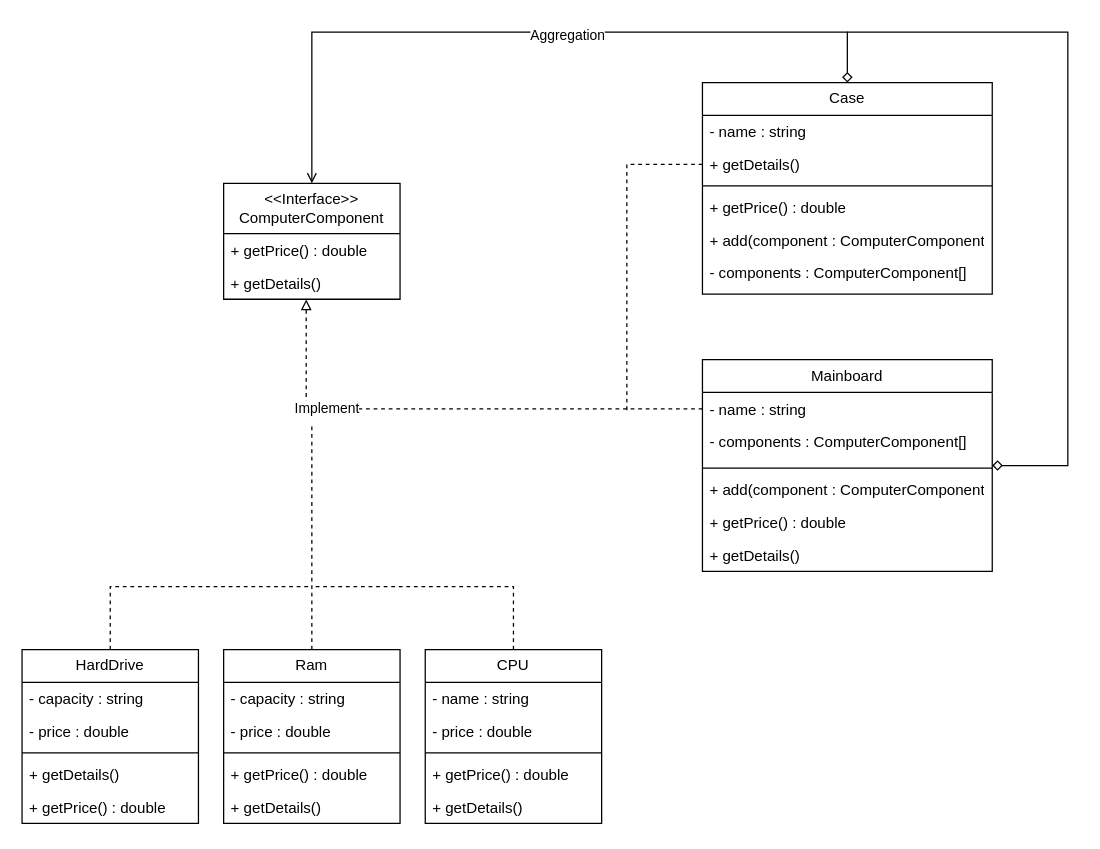
This is page "Composite" (2 of 2) of COS4311/Diagram.drawio from 3chammmpppthichanon/University, a draw.io file, before an edit. Source tidied: cells renumbered, new cells numbered last; positions are measured from the earlier drawing's top-left corner, leaving out a move shared by most shapes. Both pictures are drawn from the tidied source at 126%, with x=0, y=0 at pixel (21, 32).
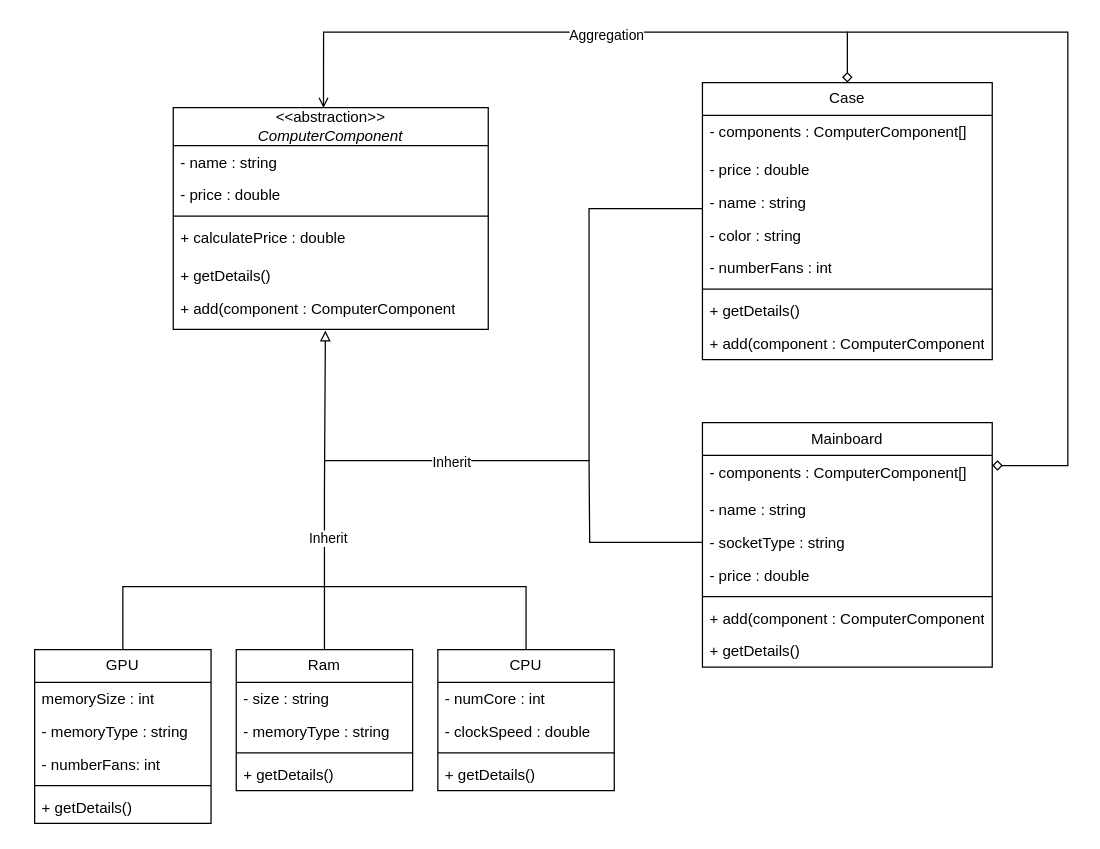
Above is the later version.

Diff of the diagram source:
```diff
@@
-    <mxCell id="2" value="&amp;lt;&amp;lt;Interface&amp;gt;&amp;gt;&lt;br&gt;ComputerComponent" style="swimlane;fontStyle=0;horizontal=1;startSize=40;fillColor=none;whiteSpace=wrap;html=1;" parent="1" vertex="1">
-      <mxGeometry x="160" y="120" width="140" height="92" as="geometry" />
+    <mxCell id="2" value="&lt;div&gt;&lt;i&gt;&amp;lt;&amp;lt;&lt;/i&gt;abstraction&lt;i&gt;&amp;gt;&amp;gt;&lt;/i&gt;&lt;/div&gt;&lt;i&gt;ComputerComponent&lt;/i&gt;" style="swimlane;fontStyle=0;horizontal=1;startSize=30;fillColor=none;whiteSpace=wrap;html=1;" parent="1" vertex="1">
+      <mxGeometry x="120" y="60" width="250" height="176" as="geometry" />
     </mxCell>
-    <mxCell id="3" value="+ getPrice() : double" style="text;strokeColor=none;fillColor=none;align=left;verticalAlign=top;spacingLeft=4;spacingRight=4;overflow=hidden;whiteSpace=wrap;html=1;" parent="2" vertex="1">
-      <mxGeometry y="40" width="140" height="26" as="geometry" />
-    </mxCell>
+    <mxCell id="14" value="- name : string" style="text;strokeColor=none;fillColor=none;align=left;verticalAlign=top;spacingLeft=4;spacingRight=4;overflow=hidden;whiteSpace=wrap;html=1;" parent="2" vertex="1">
+      <mxGeometry y="30" width="250" height="26" as="geometry" />
+    </mxCell>
+    <mxCell id="46" value="- price : double" style="text;strokeColor=none;fillColor=none;align=left;verticalAlign=top;spacingLeft=4;spacingRight=4;overflow=hidden;whiteSpace=wrap;html=1;" parent="2" vertex="1">
+      <mxGeometry y="56" width="250" height="26" as="geometry" />
+    </mxCell>
+    <mxCell id="47" style="line;strokeWidth=1;fillColor=none;align=left;verticalAlign=middle;spacingTop=-1;spacingLeft=3;spacingRight=3;labelPosition=right;strokeColor=inherit;" parent="2" vertex="1">
+      <mxGeometry y="82" width="250" height="8" as="geometry" />
+    </mxCell>
+    <mxCell id="48" value="+ calculatePrice : double" style="text;strokeColor=none;fillColor=none;align=left;verticalAlign=top;spacingLeft=4;spacingRight=4;overflow=hidden;whiteSpace=wrap;html=1;" parent="2" vertex="1">
+      <mxGeometry y="90" width="250" height="30" as="geometry" />
+    </mxCell>
     <mxCell id="4" value="+ getDetails()" style="text;strokeColor=none;fillColor=none;align=left;verticalAlign=top;spacingLeft=4;spacingRight=4;overflow=hidden;points=[[0,0.5],[1,0.5]];portConstraint=eastwest;whiteSpace=wrap;html=1;" parent="2" vertex="1">
-      <mxGeometry y="66" width="140" height="26" as="geometry" />
+      <mxGeometry y="120" width="250" height="26" as="geometry" />
     </mxCell>
+    <mxCell id="49" value="+ add(component : ComputerComponent" style="text;strokeColor=none;fillColor=none;align=left;verticalAlign=top;spacingLeft=4;spacingRight=4;overflow=hidden;points=[[0,0.5],[1,0.5]];portConstraint=eastwest;whiteSpace=wrap;html=1;" parent="2" vertex="1">
+      <mxGeometry y="146" width="250" height="30" as="geometry" />
+    </mxCell>
-    <mxCell id="5" style="edgeStyle=orthogonalEdgeStyle;rounded=0;jettySize=auto;html=1;exitX=0.5;exitY=0;exitDx=0;exitDy=0;dashed=1;endArrow=none;endFill=0;" parent="1" edge="1" source="6">
-      <mxGeometry relative="1" as="geometry">
-        <mxPoint x="230" y="310" as="targetPoint" />
-      </mxGeometry>
+    <mxCell id="5" style="edgeStyle=orthogonalEdgeStyle;rounded=0;jettySize=auto;html=1;exitX=0.5;exitY=0;exitDx=0;exitDy=0;endArrow=block;endFill=0;entryX=0.483;entryY=1.029;entryDx=0;entryDy=0;entryPerimeter=0;" parent="1" edge="1" source="6" target="49">
+      <mxGeometry relative="1" as="geometry" />
     </mxCell>
+    <mxCell id="50" value="Inherit" style="edgeLabel;html=1;align=center;verticalAlign=middle;" parent="5" vertex="1">
+      <mxGeometry x="-0.3" y="-2" relative="1" as="geometry" />
+    </mxCell>
     <mxCell id="6" value="Ram" style="swimlane;fontStyle=0;horizontal=1;startSize=26;fillColor=none;whiteSpace=wrap;html=1;" parent="1" vertex="1">
-      <mxGeometry x="160" y="490" width="140" height="138" as="geometry" />
+      <mxGeometry x="170" y="490" width="140" height="112" as="geometry" />
     </mxCell>
-    <mxCell id="7" value="- capacity : string" style="text;strokeColor=none;fillColor=none;align=left;verticalAlign=top;spacingLeft=4;spacingRight=4;overflow=hidden;whiteSpace=wrap;html=1;" parent="6" vertex="1">
+    <mxCell id="7" value="- size : string" style="text;strokeColor=none;fillColor=none;align=left;verticalAlign=top;spacingLeft=4;spacingRight=4;overflow=hidden;whiteSpace=wrap;html=1;" parent="6" vertex="1">
       <mxGeometry y="26" width="140" height="26" as="geometry" />
     </mxCell>
-    <mxCell id="8" value="- price : double" style="text;strokeColor=none;fillColor=none;align=left;verticalAlign=top;spacingLeft=4;spacingRight=4;overflow=hidden;whiteSpace=wrap;html=1;" parent="6" vertex="1">
+    <mxCell id="8" value="- memoryType : string" style="text;strokeColor=none;fillColor=none;align=left;verticalAlign=top;spacingLeft=4;spacingRight=4;overflow=hidden;whiteSpace=wrap;html=1;" parent="6" vertex="1">
       <mxGeometry y="52" width="140" height="26" as="geometry" />
     </mxCell>
@@
-    <mxCell id="10" value="+ getPrice() : double&amp;nbsp;" style="text;strokeColor=none;fillColor=none;align=left;verticalAlign=top;spacingLeft=4;spacingRight=4;overflow=hidden;whiteSpace=wrap;html=1;" parent="6" vertex="1">
-      <mxGeometry y="86" width="140" height="26" as="geometry" />
-    </mxCell>
     <mxCell id="11" value="+ getDetails()" style="text;strokeColor=none;fillColor=none;align=left;verticalAlign=top;spacingLeft=4;spacingRight=4;overflow=hidden;whiteSpace=wrap;html=1;" parent="6" vertex="1">
-      <mxGeometry y="112" width="140" height="26" as="geometry" />
+      <mxGeometry y="86" width="140" height="26" as="geometry" />
     </mxCell>
-    <mxCell id="12" style="edgeStyle=orthogonalEdgeStyle;rounded=0;jettySize=auto;html=1;dashed=1;endArrow=none;endFill=0;" parent="1" edge="1" source="13">
+    <mxCell id="12" style="edgeStyle=orthogonalEdgeStyle;rounded=0;jettySize=auto;html=1;endArrow=none;endFill=0;" parent="1" edge="1" source="13">
       <mxGeometry relative="1" as="geometry">
-        <mxPoint x="230" y="440" as="targetPoint" />
+        <mxPoint x="240" y="440" as="targetPoint" />
         <Array as="points">
-          <mxPoint x="390" y="440" />
+          <mxPoint x="400" y="440" />
         </Array>
       </mxGeometry>
     </mxCell>
     <mxCell id="13" value="CPU" style="swimlane;fontStyle=0;horizontal=1;startSize=26;fillColor=none;whiteSpace=wrap;html=1;" parent="1" vertex="1">
-      <mxGeometry x="320" y="490" width="140" height="138" as="geometry" />
+      <mxGeometry x="330" y="490" width="140" height="112" as="geometry" />
     </mxCell>
-    <mxCell id="14" value="- name : string" style="text;strokeColor=none;fillColor=none;align=left;verticalAlign=top;spacingLeft=4;spacingRight=4;overflow=hidden;whiteSpace=wrap;html=1;" parent="13" vertex="1">
-      <mxGeometry y="26" width="140" height="26" as="geometry" />
-    </mxCell>
-    <mxCell id="15" value="- price : double" style="text;strokeColor=none;fillColor=none;align=left;verticalAlign=top;spacingLeft=4;spacingRight=4;overflow=hidden;whiteSpace=wrap;html=1;" parent="13" vertex="1">
-      <mxGeometry y="52" width="140" height="26" as="geometry" />
-    </mxCell>
+    <mxCell id="51" value="- numCore : int&amp;nbsp;" style="text;strokeColor=none;fillColor=none;align=left;verticalAlign=top;spacingLeft=4;spacingRight=4;overflow=hidden;whiteSpace=wrap;html=1;" parent="13" vertex="1">
+      <mxGeometry y="26" width="140" height="26" as="geometry" />
+    </mxCell>
+    <mxCell id="52" value="- clockSpeed : double" style="text;strokeColor=none;fillColor=none;align=left;verticalAlign=top;spacingLeft=4;spacingRight=4;overflow=hidden;whiteSpace=wrap;html=1;" parent="13" vertex="1">
+      <mxGeometry y="52" width="140" height="26" as="geometry" />
+    </mxCell>
@@
-    <mxCell id="17" value="+ getPrice() : double&amp;nbsp;" style="text;strokeColor=none;fillColor=none;align=left;verticalAlign=top;spacingLeft=4;spacingRight=4;overflow=hidden;whiteSpace=wrap;html=1;" parent="13" vertex="1">
-      <mxGeometry y="86" width="140" height="26" as="geometry" />
-    </mxCell>
     <mxCell id="18" value="+ getDetails()" style="text;strokeColor=none;fillColor=none;align=left;verticalAlign=top;spacingLeft=4;spacingRight=4;overflow=hidden;whiteSpace=wrap;html=1;" parent="13" vertex="1">
-      <mxGeometry y="112" width="140" height="26" as="geometry" />
+      <mxGeometry y="86" width="140" height="26" as="geometry" />
     </mxCell>
-    <mxCell id="19" style="edgeStyle=orthogonalEdgeStyle;rounded=0;jettySize=auto;html=1;exitX=0.5;exitY=0;exitDx=0;exitDy=0;dashed=1;endArrow=none;endFill=0;" parent="1" edge="1" source="20">
+    <mxCell id="19" style="edgeStyle=orthogonalEdgeStyle;rounded=0;jettySize=auto;html=1;exitX=0.5;exitY=0;exitDx=0;exitDy=0;endArrow=none;endFill=0;" parent="1" edge="1" source="20">
       <mxGeometry relative="1" as="geometry">
-        <mxPoint x="230" y="440" as="targetPoint" />
+        <mxPoint x="240" y="440" as="targetPoint" />
         <Array as="points">
-          <mxPoint x="70" y="440" />
-          <mxPoint x="230" y="440" />
+          <mxPoint x="80" y="440" />
+          <mxPoint x="240" y="440" />
         </Array>
       </mxGeometry>
     </mxCell>
-    <mxCell id="20" value="HardDrive" style="swimlane;fontStyle=0;horizontal=1;startSize=26;fillColor=none;whiteSpace=wrap;html=1;" parent="1" vertex="1">
-      <mxGeometry y="490" width="140" height="138" as="geometry" />
+    <mxCell id="20" value="GPU" style="swimlane;fontStyle=0;horizontal=1;startSize=26;fillColor=none;whiteSpace=wrap;html=1;" parent="1" vertex="1">
+      <mxGeometry x="10" y="490" width="140" height="138" as="geometry" />
     </mxCell>
-    <mxCell id="21" value="- capacity : string" style="text;strokeColor=none;fillColor=none;align=left;verticalAlign=top;spacingLeft=4;spacingRight=4;overflow=hidden;whiteSpace=wrap;html=1;" parent="20" vertex="1">
+    <mxCell id="21" value="memorySize : int" style="text;strokeColor=none;fillColor=none;align=left;verticalAlign=top;spacingLeft=4;spacingRight=4;overflow=hidden;whiteSpace=wrap;html=1;" parent="20" vertex="1">
       <mxGeometry y="26" width="140" height="26" as="geometry" />
     </mxCell>
-    <mxCell id="22" value="- price : double" style="text;strokeColor=none;fillColor=none;align=left;verticalAlign=top;spacingLeft=4;spacingRight=4;overflow=hidden;whiteSpace=wrap;html=1;" parent="20" vertex="1">
-      <mxGeometry y="52" width="140" height="26" as="geometry" />
-    </mxCell>
+    <mxCell id="53" value="- memoryType : string" style="text;strokeColor=none;fillColor=none;align=left;verticalAlign=top;spacingLeft=4;spacingRight=4;overflow=hidden;whiteSpace=wrap;html=1;" parent="20" vertex="1">
+      <mxGeometry y="52" width="140" height="26" as="geometry" />
+    </mxCell>
+    <mxCell id="54" value="- numberFans: int" style="text;strokeColor=none;fillColor=none;align=left;verticalAlign=top;spacingLeft=4;spacingRight=4;overflow=hidden;whiteSpace=wrap;html=1;" parent="20" vertex="1">
+      <mxGeometry y="78" width="140" height="26" as="geometry" />
+    </mxCell>
     <mxCell id="23" style="line;strokeWidth=1;fillColor=none;align=left;verticalAlign=middle;spacingTop=-1;spacingLeft=3;spacingRight=3;labelPosition=right;strokeColor=inherit;" parent="20" vertex="1">
-      <mxGeometry y="78" width="140" height="8" as="geometry" />
+      <mxGeometry y="104" width="140" height="8" as="geometry" />
     </mxCell>
     <mxCell id="24" value="+ getDetails()" style="text;strokeColor=none;fillColor=none;align=left;verticalAlign=top;spacingLeft=4;spacingRight=4;overflow=hidden;whiteSpace=wrap;html=1;" parent="20" vertex="1">
-      <mxGeometry y="86" width="140" height="26" as="geometry" />
+      <mxGeometry y="112" width="140" height="26" as="geometry" />
     </mxCell>
-    <mxCell id="25" value="+ getPrice() : double&amp;nbsp;" style="text;strokeColor=none;fillColor=none;align=left;verticalAlign=top;spacingLeft=4;spacingRight=4;overflow=hidden;whiteSpace=wrap;html=1;" parent="20" vertex="1">
-      <mxGeometry y="112" width="140" height="26" as="geometry" />
-    </mxCell>
-    <mxCell id="26" style="edgeStyle=orthogonalEdgeStyle;rounded=0;jettySize=auto;html=1;exitX=0.5;exitY=0;exitDx=0;exitDy=0;entryX=0.5;entryY=0;entryDx=0;entryDy=0;endArrow=open;endFill=0;startArrow=diamond;startFill=0;" parent="1" edge="1" source="39" target="2">
+    <mxCell id="26" style="edgeStyle=orthogonalEdgeStyle;rounded=0;jettySize=auto;html=1;exitX=0.5;exitY=0;exitDx=0;exitDy=0;entryX=0.477;entryY=0.001;entryDx=0;entryDy=0;endArrow=open;endFill=0;startArrow=diamond;startFill=0;entryPerimeter=0;" parent="1" edge="1" source="39" target="2">
       <mxGeometry relative="1" as="geometry">
         <Array as="points">
           <mxPoint x="655" />
-          <mxPoint x="230" />
+          <mxPoint x="240" />
+          <mxPoint x="240" y="60" />
         </Array>
       </mxGeometry>
     </mxCell>
@@
-    <mxCell id="28" style="edgeStyle=orthogonalEdgeStyle;rounded=0;jettySize=auto;html=1;entryX=0.468;entryY=1.005;entryDx=0;entryDy=0;entryPerimeter=0;endArrow=block;endFill=0;dashed=1;exitX=0;exitY=0.5;exitDx=0;exitDy=0;" parent="1" edge="1" source="32" target="4">
-      <mxGeometry relative="1" as="geometry" />
-    </mxCell>
-    <mxCell id="29" value="Implement" style="edgeLabel;html=1;align=center;verticalAlign=middle;" parent="28" vertex="1">
-      <mxGeometry x="0.49" y="-1" relative="1" as="geometry" />
-    </mxCell>
@@
     <mxCell id="31" value="Mainboard" style="swimlane;fontStyle=0;horizontal=1;startSize=26;fillColor=none;whiteSpace=wrap;html=1;" parent="1" vertex="1">
-      <mxGeometry x="540" y="260" width="230" height="168" as="geometry" />
+      <mxGeometry x="540" y="310" width="230" height="194" as="geometry" />
     </mxCell>
+    <mxCell id="33" value="- components : ComputerComponent[]" style="text;strokeColor=none;fillColor=none;align=left;verticalAlign=top;spacingLeft=4;spacingRight=4;overflow=hidden;whiteSpace=wrap;html=1;" parent="31" vertex="1">
+      <mxGeometry y="26" width="230" height="30" as="geometry" />
+    </mxCell>
     <mxCell id="32" value="- name : string" style="text;strokeColor=none;fillColor=none;align=left;verticalAlign=top;spacingLeft=4;spacingRight=4;overflow=hidden;points=[[0,0.5],[1,0.5]];portConstraint=eastwest;whiteSpace=wrap;html=1;" parent="31" vertex="1">
-      <mxGeometry y="26" width="230" height="26" as="geometry" />
+      <mxGeometry y="56" width="230" height="26" as="geometry" />
     </mxCell>
-    <mxCell id="33" value="- components : ComputerComponent[]" style="text;strokeColor=none;fillColor=none;align=left;verticalAlign=top;spacingLeft=4;spacingRight=4;overflow=hidden;whiteSpace=wrap;html=1;" parent="31" vertex="1">
-      <mxGeometry y="52" width="230" height="30" as="geometry" />
-    </mxCell>
+    <mxCell id="55" style="edgeStyle=orthogonalEdgeStyle;rounded=0;jettySize=auto;html=1;endArrow=none;endFill=0;" parent="31" edge="1" source="56">
+      <mxGeometry relative="1" as="geometry">
+        <mxPoint x="-90" y="30" as="targetPoint" />
+      </mxGeometry>
+    </mxCell>
+    <mxCell id="56" value="- socketType : string" style="text;strokeColor=none;fillColor=none;align=left;verticalAlign=top;spacingLeft=4;spacingRight=4;overflow=hidden;points=[[0,0.5],[1,0.5]];portConstraint=eastwest;whiteSpace=wrap;html=1;" parent="31" vertex="1">
+      <mxGeometry y="82" width="230" height="26" as="geometry" />
+    </mxCell>
+    <mxCell id="57" value="- price : double" style="text;strokeColor=none;fillColor=none;align=left;verticalAlign=top;spacingLeft=4;spacingRight=4;overflow=hidden;whiteSpace=wrap;html=1;" parent="31" vertex="1">
+      <mxGeometry y="108" width="230" height="26" as="geometry" />
+    </mxCell>
     <mxCell id="34" style="line;strokeWidth=1;fillColor=none;align=left;verticalAlign=middle;spacingTop=-1;spacingLeft=3;spacingRight=3;labelPosition=right;strokeColor=inherit;" parent="31" vertex="1">
-      <mxGeometry y="82" width="230" height="8" as="geometry" />
+      <mxGeometry y="134" width="230" height="8" as="geometry" />
     </mxCell>
     <mxCell id="35" value="+ add(component : ComputerComponent" style="text;strokeColor=none;fillColor=none;align=left;verticalAlign=top;spacingLeft=4;spacingRight=4;overflow=hidden;whiteSpace=wrap;html=1;" parent="31" vertex="1">
-      <mxGeometry y="90" width="230" height="26" as="geometry" />
+      <mxGeometry y="142" width="230" height="26" as="geometry" />
     </mxCell>
-    <mxCell id="36" value="+ getPrice() : double" style="text;strokeColor=none;fillColor=none;align=left;verticalAlign=top;spacingLeft=4;spacingRight=4;overflow=hidden;whiteSpace=wrap;html=1;" parent="31" vertex="1">
-      <mxGeometry y="116" width="230" height="26" as="geometry" />
-    </mxCell>
     <mxCell id="37" value="+ getDetails()" style="text;strokeColor=none;fillColor=none;align=left;verticalAlign=top;spacingLeft=4;spacingRight=4;overflow=hidden;whiteSpace=wrap;html=1;" parent="31" vertex="1">
-      <mxGeometry y="142" width="230" height="26" as="geometry" />
+      <mxGeometry y="168" width="230" height="26" as="geometry" />
     </mxCell>
-    <mxCell id="38" style="edgeStyle=orthogonalEdgeStyle;rounded=0;jettySize=auto;html=1;exitX=0;exitY=0.5;exitDx=0;exitDy=0;dashed=1;endArrow=none;endFill=0;" parent="1" edge="1" source="41">
-      <mxGeometry relative="1" as="geometry">
-        <mxPoint x="480" y="300" as="targetPoint" />
-        <Array as="points">
-          <mxPoint x="480" y="105" />
-        </Array>
-      </mxGeometry>
-    </mxCell>
     <mxCell id="39" value="Case" style="swimlane;fontStyle=0;horizontal=1;startSize=26;fillColor=none;whiteSpace=wrap;html=1;" parent="1" vertex="1">
-      <mxGeometry x="540" y="40" width="230" height="168" as="geometry" />
+      <mxGeometry x="540" y="40" width="230" height="220" as="geometry" />
     </mxCell>
+    <mxCell id="45" value="- components : ComputerComponent[]" style="text;strokeColor=none;fillColor=none;align=left;verticalAlign=top;spacingLeft=4;spacingRight=4;overflow=hidden;whiteSpace=wrap;html=1;" parent="39" vertex="1">
+      <mxGeometry y="26" width="230" height="30" as="geometry" />
+    </mxCell>
+    <mxCell id="58" value="- price : double" style="text;strokeColor=none;fillColor=none;align=left;verticalAlign=top;spacingLeft=4;spacingRight=4;overflow=hidden;whiteSpace=wrap;html=1;" parent="39" vertex="1">
+      <mxGeometry y="56" width="230" height="26" as="geometry" />
+    </mxCell>
+    <mxCell id="59" style="edgeStyle=orthogonalEdgeStyle;rounded=0;jettySize=auto;html=1;endArrow=none;endFill=0;" parent="39" edge="1" source="40">
+      <mxGeometry relative="1" as="geometry">
+        <mxPoint x="-300" y="300" as="targetPoint" />
+        <Array as="points">
+          <mxPoint x="-90" y="100" />
+          <mxPoint x="-90" y="300" />
+        </Array>
+      </mxGeometry>
+    </mxCell>
+    <mxCell id="60" value="Inherit" style="edgeLabel;html=1;align=center;verticalAlign=middle;" parent="59" vertex="1">
+      <mxGeometry x="0.6" y="1" relative="1" as="geometry" />
+    </mxCell>
     <mxCell id="40" value="- name : string" style="text;strokeColor=none;fillColor=none;align=left;verticalAlign=top;spacingLeft=4;spacingRight=4;overflow=hidden;points=[[0,0.5],[1,0.5]];portConstraint=eastwest;whiteSpace=wrap;html=1;" parent="39" vertex="1">
-      <mxGeometry y="26" width="230" height="26" as="geometry" />
+      <mxGeometry y="82" width="230" height="26" as="geometry" />
     </mxCell>
+    <mxCell id="61" value="- color : string" style="text;strokeColor=none;fillColor=none;align=left;verticalAlign=top;spacingLeft=4;spacingRight=4;overflow=hidden;whiteSpace=wrap;html=1;" parent="39" vertex="1">
+      <mxGeometry y="108" width="230" height="26" as="geometry" />
+    </mxCell>
+    <mxCell id="62" value="- numberFans : int" style="text;strokeColor=none;fillColor=none;align=left;verticalAlign=top;spacingLeft=4;spacingRight=4;overflow=hidden;whiteSpace=wrap;html=1;" parent="39" vertex="1">
+      <mxGeometry y="134" width="230" height="26" as="geometry" />
+    </mxCell>
+    <mxCell id="42" style="line;strokeWidth=1;fillColor=none;align=left;verticalAlign=middle;spacingTop=-1;spacingLeft=3;spacingRight=3;labelPosition=right;strokeColor=inherit;" parent="39" vertex="1">
+      <mxGeometry y="160" width="230" height="8" as="geometry" />
+    </mxCell>
     <mxCell id="41" value="+ getDetails()" style="text;strokeColor=none;fillColor=none;align=left;verticalAlign=top;spacingLeft=4;spacingRight=4;overflow=hidden;points=[[0,0.5],[1,0.5]];portConstraint=eastwest;whiteSpace=wrap;html=1;" parent="39" vertex="1">
-      <mxGeometry y="52" width="230" height="26" as="geometry" />
+      <mxGeometry y="168" width="230" height="26" as="geometry" />
     </mxCell>
-    <mxCell id="42" style="line;strokeWidth=1;fillColor=none;align=left;verticalAlign=middle;spacingTop=-1;spacingLeft=3;spacingRight=3;labelPosition=right;strokeColor=inherit;" parent="39" vertex="1">
-      <mxGeometry y="78" width="230" height="8" as="geometry" />
-    </mxCell>
-    <mxCell id="43" value="+ getPrice() : double" style="text;strokeColor=none;fillColor=none;align=left;verticalAlign=top;spacingLeft=4;spacingRight=4;overflow=hidden;whiteSpace=wrap;html=1;" parent="39" vertex="1">
-      <mxGeometry y="86" width="230" height="26" as="geometry" />
-    </mxCell>
     <mxCell id="44" value="+ add(component : ComputerComponent" style="text;strokeColor=none;fillColor=none;align=left;verticalAlign=top;spacingLeft=4;spacingRight=4;overflow=hidden;whiteSpace=wrap;html=1;" parent="39" vertex="1">
-      <mxGeometry y="112" width="230" height="26" as="geometry" />
+      <mxGeometry y="194" width="230" height="26" as="geometry" />
     </mxCell>
-    <mxCell id="45" value="- components : ComputerComponent[]" style="text;strokeColor=none;fillColor=none;align=left;verticalAlign=top;spacingLeft=4;spacingRight=4;overflow=hidden;whiteSpace=wrap;html=1;" parent="39" vertex="1">
-      <mxGeometry y="138" width="230" height="30" as="geometry" />
-    </mxCell>
```
